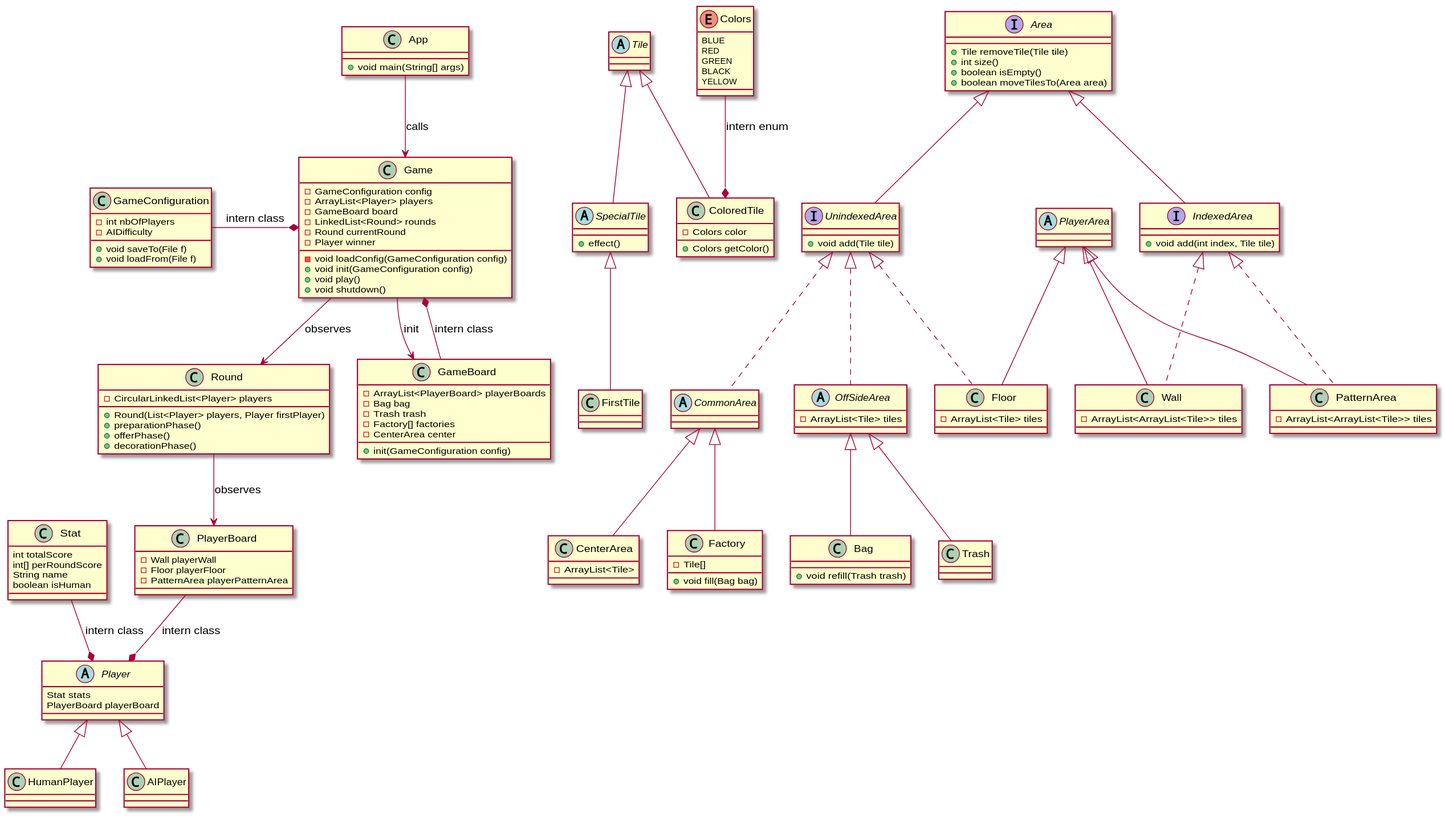
Above: proj.svg in nsouff/Azul (PlantUML), before the change.
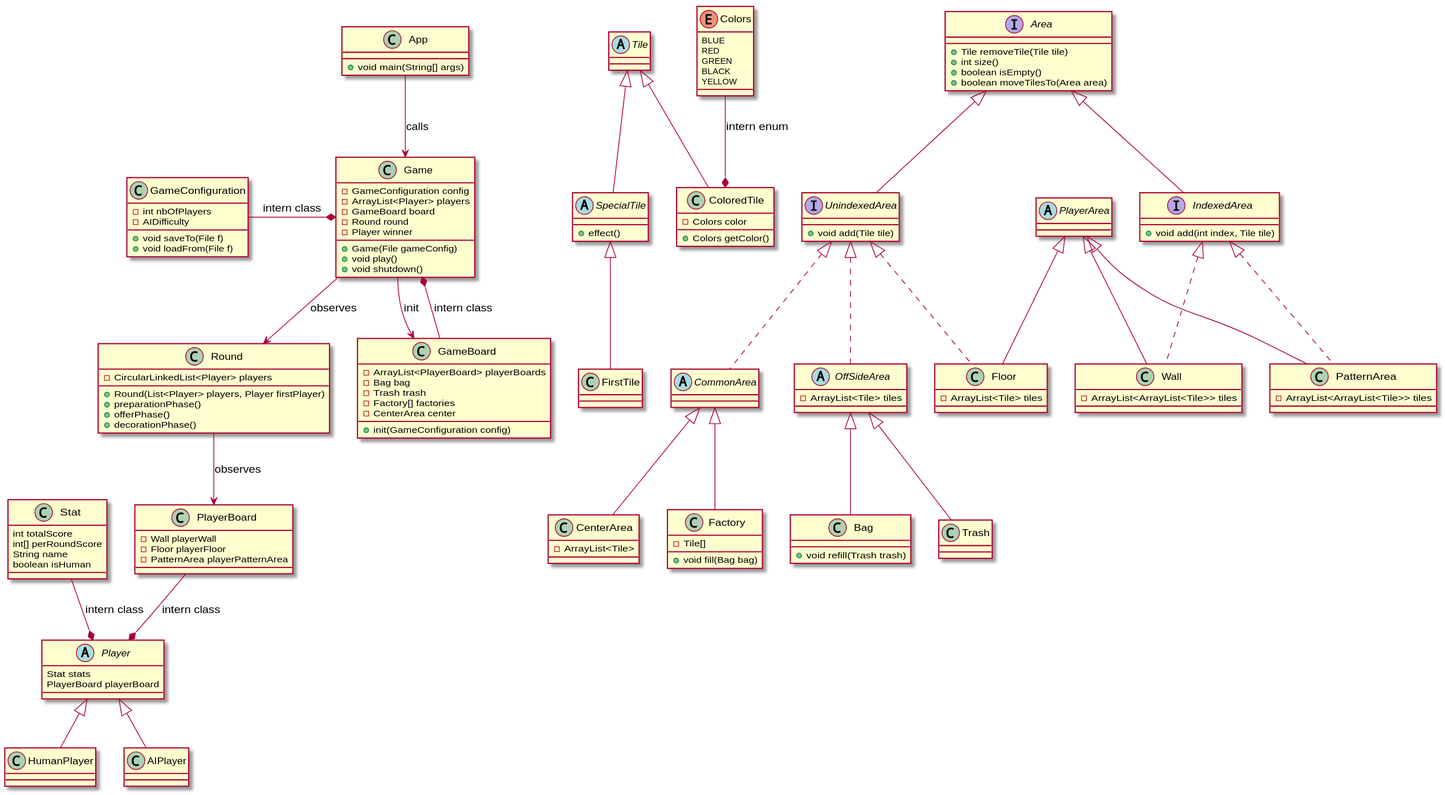
The same file after the commit.

Commit message:
Fix Game class to be more precise

Remove the LinkedList of round because there is only one round active at a time
The constructor need a configuration file

Change to the diagram source:
```diff
@@ -124,11 +124,9 @@
 	-GameConfiguration config
 	-ArrayList<Player> players
 	-GameBoard board
-	-LinkedList<Round> rounds
-	-Round currentRound
+	-Round round
 	-Player winner
-	-void loadConfig(GameConfiguration config)
-	+void init(GameConfiguration config)
+	+Game(File gameConfig)
 	+void play()
 	+void shutdown()
 }
```
